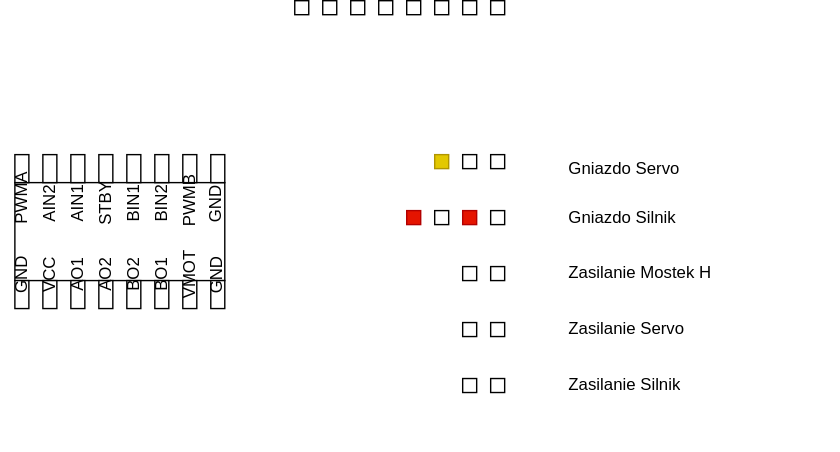
Above: rc_car_diagrams/rc_car_diagram.svg in MariuszBorek/project-diagrams (draw.io), before the change. Source tidied: cells renumbered, new cells last; positions are measured from the earlier drawing's top-left corner, leaving out a move shared by most shapes.
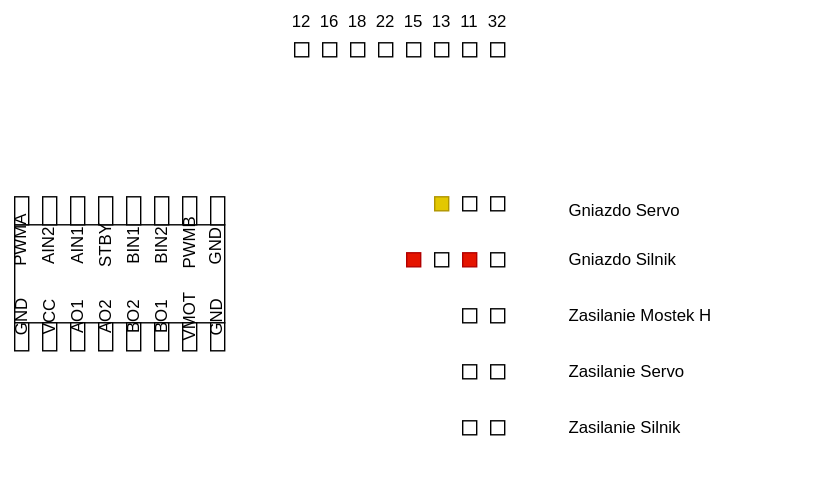
The same file after the commit.

Diff of the diagram source:
```diff
@@ -242,5 +242,29 @@
     <mxCell id="81" style="shape=(stored shape, 2468 characters);lineShape=1;strokeColor=light-dark(transparent,#FF0000);" parent="1" vertex="1">
       <mxGeometry x="287.8" y="194.4" width="57.2" height="101.5" as="geometry" />
     </mxCell>
+    <mxCell id="82" value="12" style="text;html=1;whiteSpace=wrap;strokeColor=none;fillColor=none;align=center;verticalAlign=middle;rounded=0;" parent="1" vertex="1">
+      <mxGeometry x="200" y="-30" width="60" height="30" as="geometry" />
+    </mxCell>
+    <mxCell id="83" value="13" style="text;html=1;whiteSpace=wrap;strokeColor=none;fillColor=none;align=center;verticalAlign=middle;rounded=0;" parent="1" vertex="1">
+      <mxGeometry x="300" y="-30" width="60" height="30" as="geometry" />
+    </mxCell>
+    <mxCell id="84" value="11" style="text;html=1;whiteSpace=wrap;strokeColor=none;fillColor=none;align=center;verticalAlign=middle;rounded=0;" parent="1" vertex="1">
+      <mxGeometry x="320" y="-30" width="60" height="30" as="geometry" />
+    </mxCell>
+    <mxCell id="85" value="15" style="text;html=1;whiteSpace=wrap;strokeColor=none;fillColor=none;align=center;verticalAlign=middle;rounded=0;" parent="1" vertex="1">
+      <mxGeometry x="280" y="-30" width="60" height="30" as="geometry" />
+    </mxCell>
+    <mxCell id="86" value="32" style="text;html=1;whiteSpace=wrap;strokeColor=none;fillColor=none;align=center;verticalAlign=middle;rounded=0;" parent="1" vertex="1">
+      <mxGeometry x="340" y="-30" width="60" height="30" as="geometry" />
+    </mxCell>
+    <mxCell id="87" value="16" style="text;html=1;whiteSpace=wrap;strokeColor=none;fillColor=none;align=center;verticalAlign=middle;rounded=0;" parent="1" vertex="1">
+      <mxGeometry x="220" y="-30" width="60" height="30" as="geometry" />
+    </mxCell>
+    <mxCell id="88" value="22" style="text;html=1;whiteSpace=wrap;strokeColor=none;fillColor=none;align=center;verticalAlign=middle;rounded=0;" parent="1" vertex="1">
+      <mxGeometry x="260" y="-30" width="60" height="30" as="geometry" />
+    </mxCell>
+    <mxCell id="89" value="18" style="text;html=1;whiteSpace=wrap;strokeColor=none;fillColor=none;align=center;verticalAlign=middle;rounded=0;" parent="1" vertex="1">
+      <mxGeometry x="240" y="-30" width="60" height="30" as="geometry" />
+    </mxCell>
   </root>
 </mxGraphModel>
```
